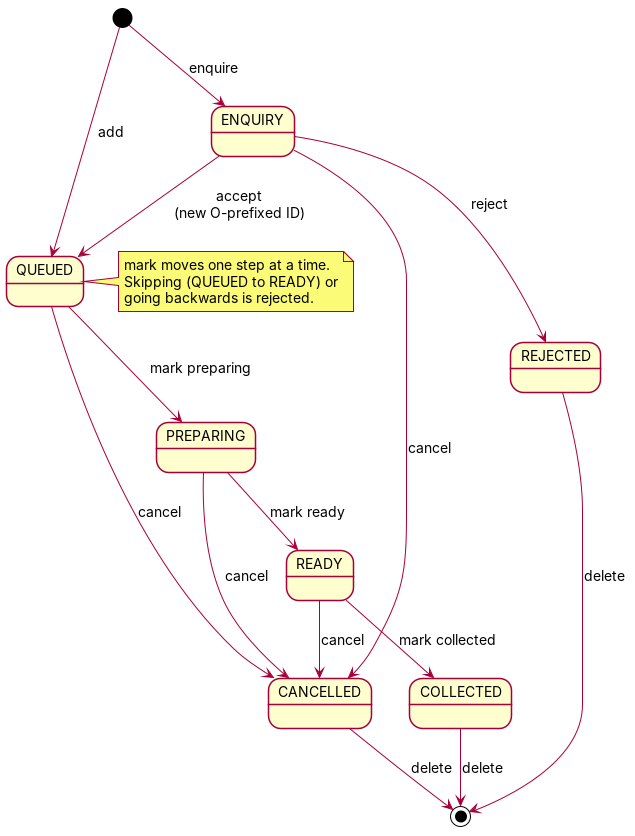
Earlier version of the PlantUML export docs/diagrams/OrderStateDiagram.png (AY2627S1-CS2113-W12-1/tp). Its source is kept beside it as docs/diagrams/OrderStateDiagram.puml. The source it was exported from:
```plantuml
@startuml OrderStateDiagram
skinparam shadowing false
skinparam defaultFontSize 14

[*] --> ENQUIRY : enquire
[*] --> QUEUED : add

ENQUIRY --> QUEUED : accept\n(new O-prefixed ID)
ENQUIRY --> REJECTED : reject
ENQUIRY --> CANCELLED : cancel

QUEUED --> PREPARING : mark preparing
PREPARING --> READY : mark ready
READY --> COLLECTED : mark collected
QUEUED --> CANCELLED : cancel
PREPARING --> CANCELLED : cancel
READY --> CANCELLED : cancel

COLLECTED --> [*] : delete
CANCELLED --> [*] : delete
REJECTED --> [*] : delete

note right of QUEUED
  mark moves one step at a time.
  Skipping (QUEUED to READY) or
  going backwards is rejected.
end note
@enduml
```
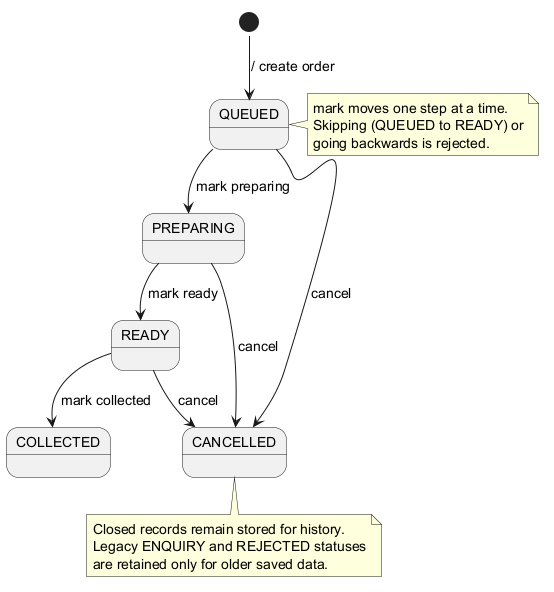
The same file after the commit.

Diff of the diagram source:
```diff
@@ -2,12 +2,7 @@
 skinparam shadowing false
 skinparam defaultFontSize 14
 
-[*] --> ENQUIRY : enquire
-[*] --> QUEUED : add
-
-ENQUIRY --> QUEUED : accept\n(new O-prefixed ID)
-ENQUIRY --> REJECTED : reject
-ENQUIRY --> CANCELLED : cancel
+[*] --> QUEUED : / create order
 
 QUEUED --> PREPARING : mark preparing
 PREPARING --> READY : mark ready
@@ -16,13 +11,15 @@
 PREPARING --> CANCELLED : cancel
 READY --> CANCELLED : cancel
 
-COLLECTED --> [*] : delete
-CANCELLED --> [*] : delete
-REJECTED --> [*] : delete
-
 note right of QUEUED
   mark moves one step at a time.
   Skipping (QUEUED to READY) or
   going backwards is rejected.
 end note
+
+note bottom of CANCELLED
+  Closed records remain stored for history.
+  Legacy ENQUIRY and REJECTED statuses
+  are retained only for older saved data.
+end note
 @enduml
```
